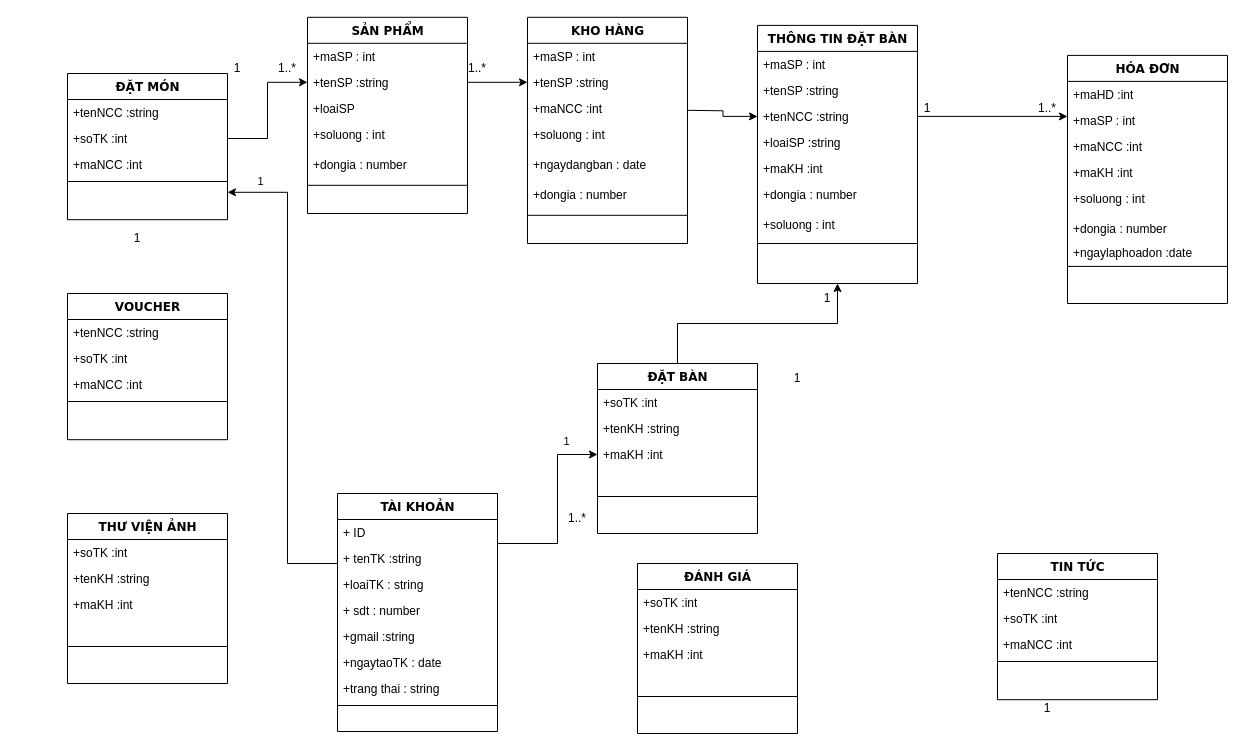
Above: page "classs" (1 of 4) of classdiagram.drawio in trucka312/diagram (draw.io), before the change. Source tidied: cells renumbered, new cells numbered last; positions are measured from the earlier drawing's top-left corner, leaving out a move shared by most shapes. Both pictures are drawn from the tidied source at 100%, with x=0, y=0 at pixel (67, 17).
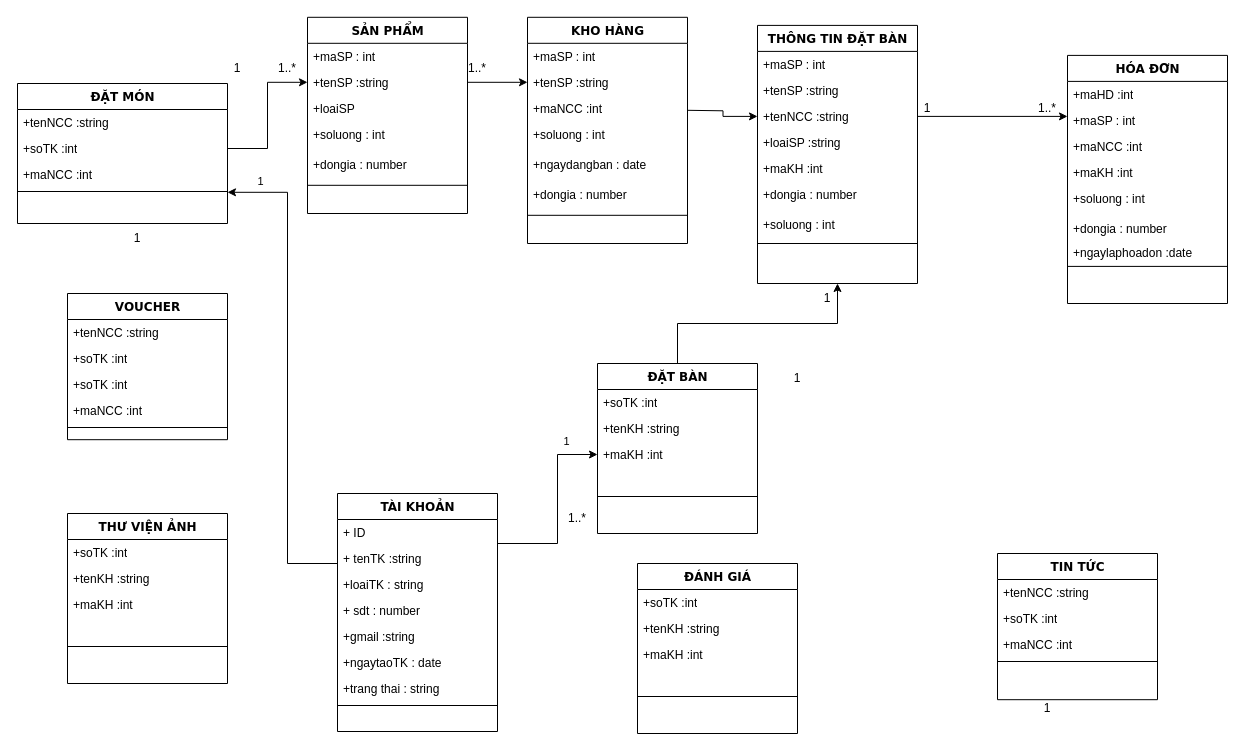
After the change.

Commit message:
Cập nhật classdiagram.drawio

The change refers to these unchanged cells:
```xml
<mxCell id="71" value="VOUCHER" style="swimlane;html=1;fontStyle=1;align=center;verticalAlign=top;horizontal=1;startSize=26;swimlaneFillColor=#ffffff;rounded=0;shadow=0;comic=0;labelBackgroundColor=none;strokeWidth=1;fillColor=none;fontFamily=Verdana;fontSize=12;" parent="1" vertex="1">
  <mxGeometry y="276" width="160" height="146.2" as="geometry" />
</mxCell>
```

Change to the diagram source:
```diff
@@
     <mxCell id="43" value="ĐẶT MÓN" style="swimlane;html=1;fontStyle=1;align=center;verticalAlign=top;horizontal=1;startSize=26;swimlaneFillColor=#ffffff;rounded=0;shadow=0;comic=0;labelBackgroundColor=none;strokeWidth=1;fillColor=none;fontFamily=Verdana;fontSize=12;" parent="1" vertex="1">
-      <mxGeometry y="56" width="160" height="146.2" as="geometry" />
+      <mxGeometry x="-50" y="66" width="210" height="140" as="geometry" />
     </mxCell>
     <mxCell id="44" value="+tenNCC :string" style="text;html=1;strokeColor=none;fillColor=none;align=left;verticalAlign=top;spacingLeft=4;spacingRight=4;whiteSpace=wrap;overflow=hidden;" parent="43" vertex="1">
-      <mxGeometry y="26" width="160" height="26" as="geometry" />
+      <mxGeometry y="26" width="210" height="26" as="geometry" />
     </mxCell>
     <mxCell id="45" value="+soTK :int" style="text;html=1;strokeColor=none;fillColor=none;align=left;verticalAlign=top;spacingLeft=4;spacingRight=4;whiteSpace=wrap;overflow=hidden;points=[[0,0.5],[1,0.5]];portConstraint=eastwest;" parent="43" vertex="1">
-      <mxGeometry y="52" width="160" height="26" as="geometry" />
+      <mxGeometry y="52" width="210" height="26" as="geometry" />
     </mxCell>
     <mxCell id="46" value="+maNCC :int" style="text;html=1;strokeColor=none;fillColor=none;align=left;verticalAlign=top;spacingLeft=4;spacingRight=4;whiteSpace=wrap;overflow=hidden;" parent="43" vertex="1">
-      <mxGeometry y="78" width="160" height="26" as="geometry" />
+      <mxGeometry y="78" width="210" height="26" as="geometry" />
     </mxCell>
     <mxCell id="47" style="line;html=1;strokeWidth=1;fillColor=none;align=left;verticalAlign=middle;spacingTop=-1;spacingLeft=3;spacingRight=3;labelPosition=right;" parent="43" vertex="1">
-      <mxGeometry y="104" width="160" height="8" as="geometry" />
+      <mxGeometry y="104" width="210" height="8" as="geometry" />
     </mxCell>
@@
+    <mxCell id="91" value="+soTK :int" style="text;html=1;strokeColor=none;fillColor=none;align=left;verticalAlign=top;spacingLeft=4;spacingRight=4;whiteSpace=wrap;overflow=hidden;" parent="71" vertex="1">
+      <mxGeometry y="52" width="160" height="26" as="geometry" />
+    </mxCell>
     <mxCell id="73" value="+soTK :int" style="text;html=1;strokeColor=none;fillColor=none;align=left;verticalAlign=top;spacingLeft=4;spacingRight=4;whiteSpace=wrap;overflow=hidden;" parent="71" vertex="1">
-      <mxGeometry y="52" width="160" height="26" as="geometry" />
+      <mxGeometry y="78" width="160" height="26" as="geometry" />
     </mxCell>
     <mxCell id="74" value="+maNCC :int" style="text;html=1;strokeColor=none;fillColor=none;align=left;verticalAlign=top;spacingLeft=4;spacingRight=4;whiteSpace=wrap;overflow=hidden;" parent="71" vertex="1">
-      <mxGeometry y="78" width="160" height="26" as="geometry" />
+      <mxGeometry y="104" width="160" height="26" as="geometry" />
     </mxCell>
     <mxCell id="75" style="line;html=1;strokeWidth=1;fillColor=none;align=left;verticalAlign=middle;spacingTop=-1;spacingLeft=3;spacingRight=3;labelPosition=right;" parent="71" vertex="1">
-      <mxGeometry y="104" width="160" height="8" as="geometry" />
+      <mxGeometry y="130" width="160" height="8" as="geometry" />
     </mxCell>
```
